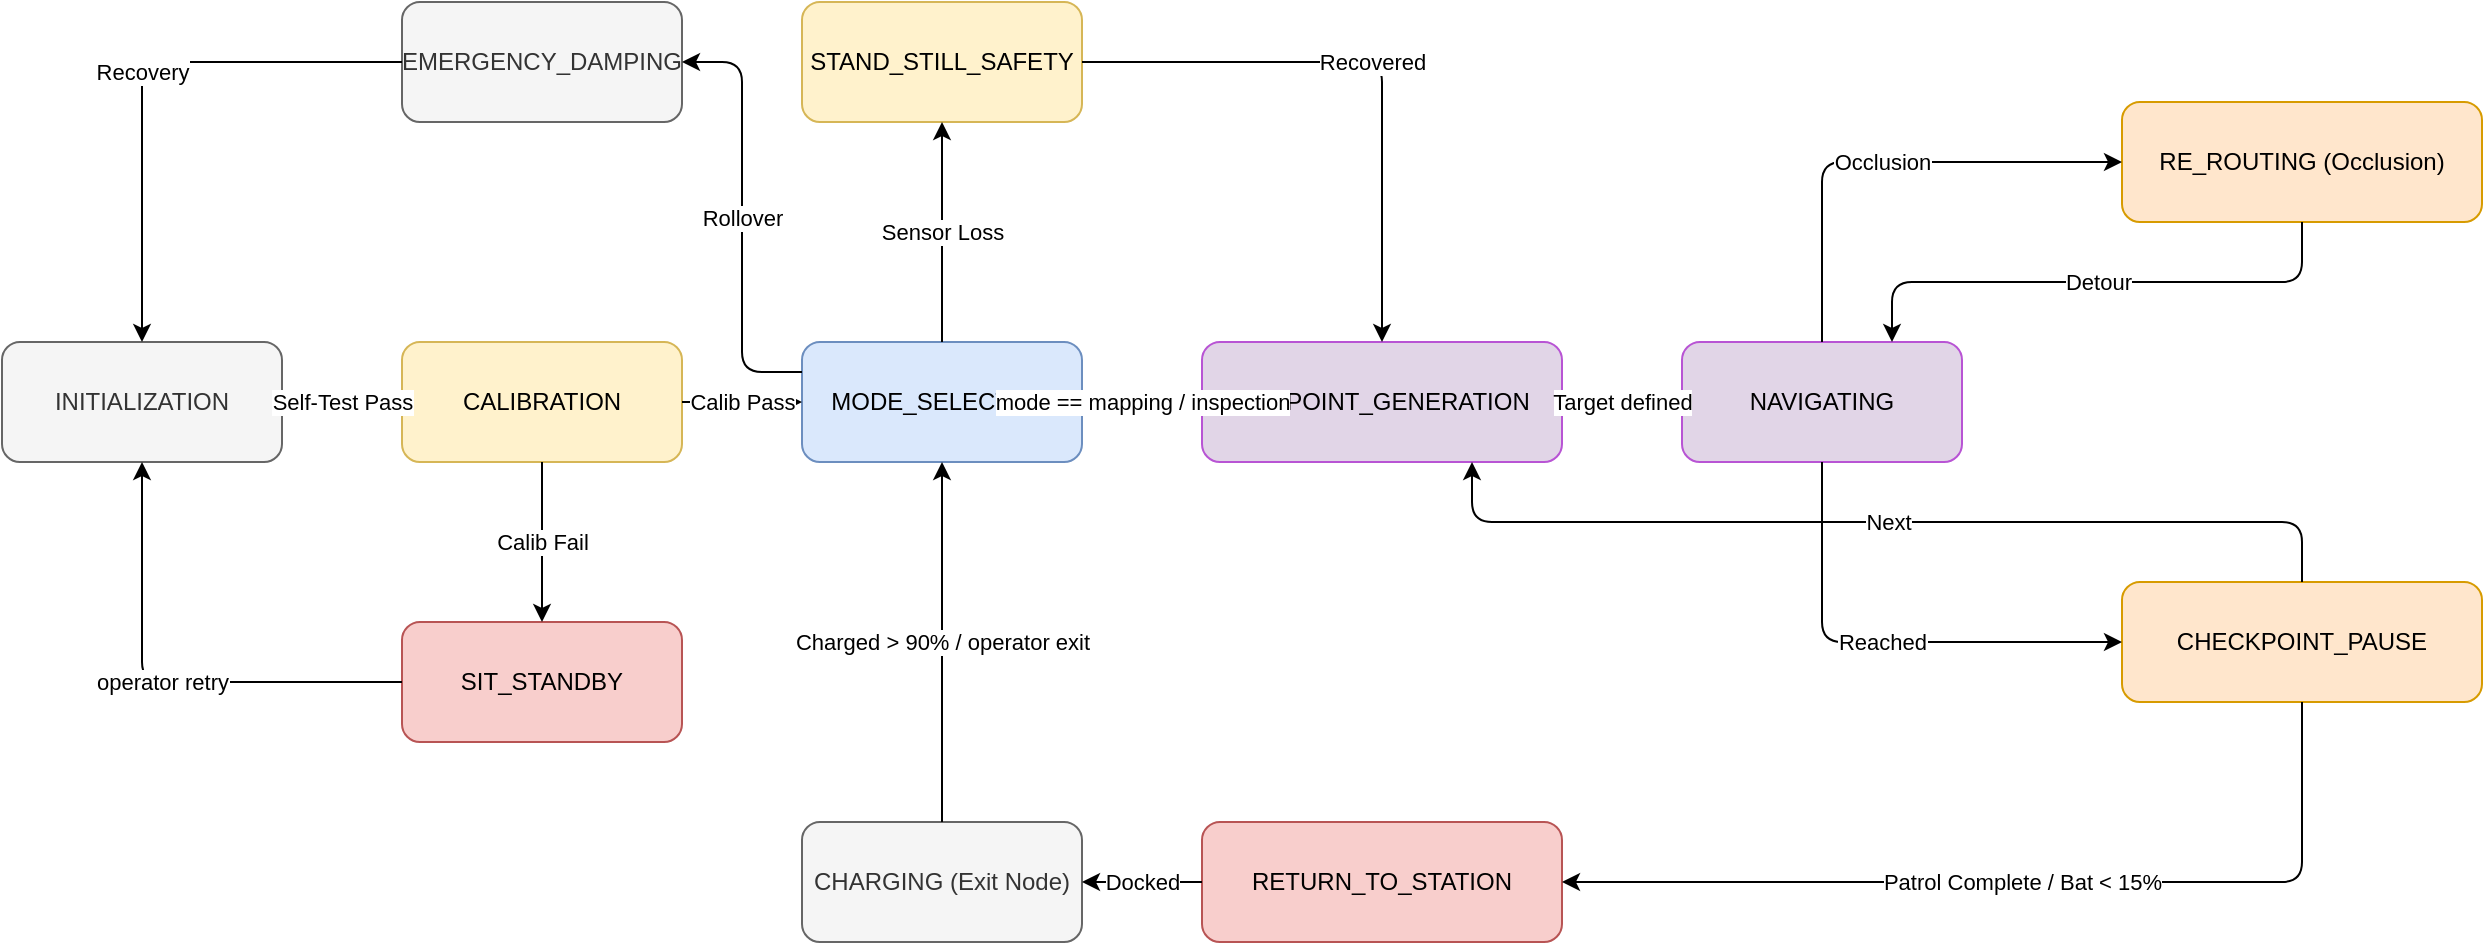
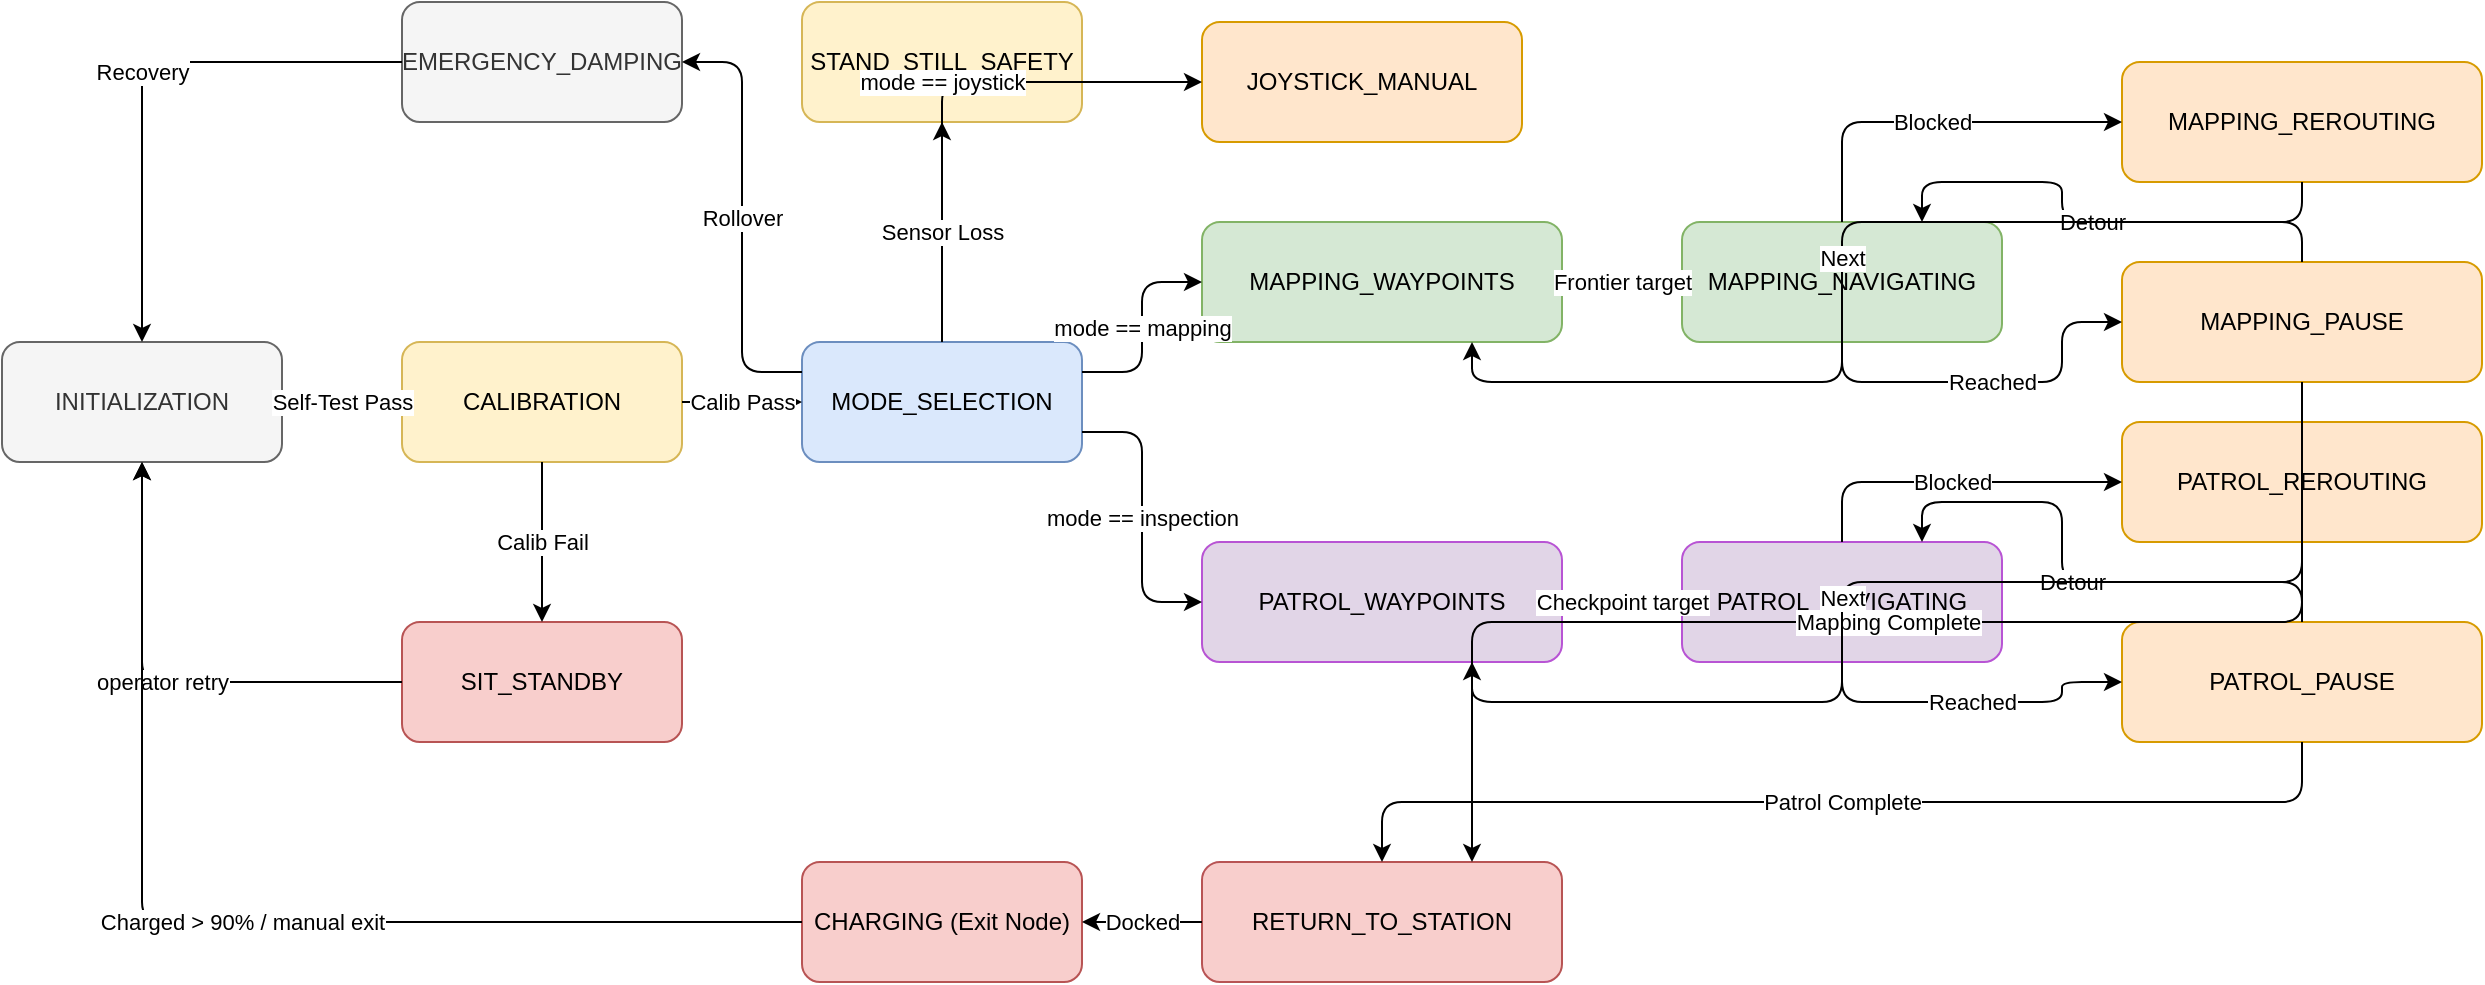
<mxfile host="65bd71144e">
    <diagram id="state-machine" name="Go2 State Machine">
        <mxGraphModel dx="1200" dy="1200" grid="1" gridSize="10" guides="1" tooltips="1" connect="1" arrows="1" fold="1" page="1" pageScale="1" pageWidth="1200" pageHeight="800" math="0" shadow="0">
            <root>
                <mxCell id="0"/>
                <mxCell id="1" parent="0"/>

                <!-- States -->
                <mxCell id="init" value="INITIALIZATION" style="rounded=1;whiteSpace=wrap;html=1;fillColor=#f5f5f5;fontColor=#333333;strokeColor=#666666;" vertex="1" parent="1">
                    <mxGeometry x="40" y="200" width="140" height="60" as="geometry"/>
                </mxCell>
                <mxCell id="calibration" value="CALIBRATION" style="rounded=1;whiteSpace=wrap;html=1;fillColor=#fff2cc;strokeColor=#d6b656;" vertex="1" parent="1">
                    <mxGeometry x="240" y="200" width="140" height="60" as="geometry"/>
                </mxCell>
                <mxCell id="sit-standby" value="SIT_STANDBY" style="rounded=1;whiteSpace=wrap;html=1;fillColor=#f8cecc;strokeColor=#b85454;" vertex="1" parent="1">
                    <mxGeometry x="240" y="340" width="140" height="60" as="geometry"/>
                </mxCell>
                <mxCell id="selection" value="MODE_SELECTION" style="rounded=1;whiteSpace=wrap;html=1;fillColor=#dae8fc;strokeColor=#6c8ebf;" vertex="1" parent="1">
                    <mxGeometry x="440" y="200" width="140" height="60" as="geometry"/>
                </mxCell>
-                 <mxCell id="waypoint-gen" value="WAYPOINT_GENERATION" style="rounded=1;whiteSpace=wrap;html=1;fillColor=#e1d5e7;strokeColor=#b854d4;" vertex="1" parent="1">
-                     <mxGeometry x="640" y="200" width="180" height="60" as="geometry"/>
+ 
+                 <!-- Joystick Branch -->
+                 <mxCell id="joystick" value="JOYSTICK_MANUAL" style="rounded=1;whiteSpace=wrap;html=1;fillColor=#ffe6cc;strokeColor=#d79b00;" vertex="1" parent="1">
+                     <mxGeometry x="640" y="40" width="160" height="60" as="geometry"/>
                </mxCell>
-                 <mxCell id="navigating" value="NAVIGATING" style="rounded=1;whiteSpace=wrap;html=1;fillColor=#e1d5e7;strokeColor=#b854d4;" vertex="1" parent="1">
-                     <mxGeometry x="880" y="200" width="140" height="60" as="geometry"/>
+ 
+                 <!-- Mapping Deployment Loop -->
+                 <mxCell id="map-waypoints" value="MAPPING_WAYPOINTS" style="rounded=1;whiteSpace=wrap;html=1;fillColor=#d5e8d4;strokeColor=#82b366;" vertex="1" parent="1">
+                     <mxGeometry x="640" y="140" width="180" height="60" as="geometry"/>
                </mxCell>
-                 <mxCell id="rerouting" value="RE_ROUTING (Occlusion)" style="rounded=1;whiteSpace=wrap;html=1;fillColor=#ffe6cc;strokeColor=#d79b00;" vertex="1" parent="1">
-                     <mxGeometry x="1100" y="80" width="180" height="60" as="geometry"/>
+                 <mxCell id="map-navigating" value="MAPPING_NAVIGATING" style="rounded=1;whiteSpace=wrap;html=1;fillColor=#d5e8d4;strokeColor=#82b366;" vertex="1" parent="1">
+                     <mxGeometry x="880" y="140" width="160" height="60" as="geometry"/>
                </mxCell>
-                 <mxCell id="pause" value="CHECKPOINT_PAUSE" style="rounded=1;whiteSpace=wrap;html=1;fillColor=#ffe6cc;strokeColor=#d79b00;" vertex="1" parent="1">
-                     <mxGeometry x="1100" y="320" width="180" height="60" as="geometry"/>
+                 <mxCell id="map-rerouting" value="MAPPING_REROUTING" style="rounded=1;whiteSpace=wrap;html=1;fillColor=#ffe6cc;strokeColor=#d79b00;" vertex="1" parent="1">
+                     <mxGeometry x="1100" y="60" width="180" height="60" as="geometry"/>
                </mxCell>
+                 <mxCell id="map-pause" value="MAPPING_PAUSE" style="rounded=1;whiteSpace=wrap;html=1;fillColor=#ffe6cc;strokeColor=#d79b00;" vertex="1" parent="1">
+                     <mxGeometry x="1100" y="160" width="180" height="60" as="geometry"/>
+                 </mxCell>
+ 
+                 <!-- Inspection Patrol Loop -->
+                 <mxCell id="patrol-waypoints" value="PATROL_WAYPOINTS" style="rounded=1;whiteSpace=wrap;html=1;fillColor=#e1d5e7;strokeColor=#b854d4;" vertex="1" parent="1">
+                     <mxGeometry x="640" y="300" width="180" height="60" as="geometry"/>
+                 </mxCell>
+                 <mxCell id="patrol-navigating" value="PATROL_NAVIGATING" style="rounded=1;whiteSpace=wrap;html=1;fillColor=#e1d5e7;strokeColor=#b854d4;" vertex="1" parent="1">
+                     <mxGeometry x="880" y="300" width="160" height="60" as="geometry"/>
+                 </mxCell>
+                 <mxCell id="patrol-rerouting" value="PATROL_REROUTING" style="rounded=1;whiteSpace=wrap;html=1;fillColor=#ffe6cc;strokeColor=#d79b00;" vertex="1" parent="1">
+                     <mxGeometry x="1100" y="240" width="180" height="60" as="geometry"/>
+                 </mxCell>
+                 <mxCell id="patrol-pause" value="PATROL_PAUSE" style="rounded=1;whiteSpace=wrap;html=1;fillColor=#ffe6cc;strokeColor=#d79b00;" vertex="1" parent="1">
+                     <mxGeometry x="1100" y="340" width="180" height="60" as="geometry"/>
+                 </mxCell>
+ 
+                 <!-- Return & Charging -->
                <mxCell id="return" value="RETURN_TO_STATION" style="rounded=1;whiteSpace=wrap;html=1;fillColor=#f8cecc;strokeColor=#b85454;" vertex="1" parent="1">
-                     <mxGeometry x="640" y="440" width="180" height="60" as="geometry"/>
+                     <mxGeometry x="640" y="460" width="180" height="60" as="geometry"/>
                </mxCell>
-                 <mxCell id="charging" value="CHARGING (Exit Node)" style="rounded=1;whiteSpace=wrap;html=1;fillColor=#f5f5f5;fontColor=#333333;strokeColor=#666666;" vertex="1" parent="1">
-                     <mxGeometry x="440" y="440" width="140" height="60" as="geometry"/>
+                 <mxCell id="charging" value="CHARGING (Exit Node)" style="rounded=1;whiteSpace=wrap;html=1;fillColor=#f8cecc;strokeColor=#b85454;" vertex="1" parent="1">
+                     <mxGeometry x="440" y="460" width="140" height="60" as="geometry"/>
                </mxCell>
+ 
+                 <!-- Safety States -->
                <mxCell id="stand-still" value="STAND_STILL_SAFETY" style="rounded=1;whiteSpace=wrap;html=1;fillColor=#fff2cc;strokeColor=#d6b656;" vertex="1" parent="1">
                    <mxGeometry x="440" y="30" width="140" height="60" as="geometry"/>
                </mxCell>
                <mxCell id="damping" value="EMERGENCY_DAMPING" style="rounded=1;whiteSpace=wrap;html=1;fillColor=#f5f5f5;fontColor=#333333;strokeColor=#666666;" vertex="1" parent="1">
                    <mxGeometry x="240" y="30" width="140" height="60" as="geometry"/>
                </mxCell>

                <!-- Edges -->
                <mxCell id="e1" value="Self-Test Pass" style="edgeStyle=orthogonalEdgeStyle;rounded=1;orthogonalLoop=1;jettySize=auto;html=1;exitX=1;exitY=0.5;exitDx=0;exitDy=0;entryX=0;entryY=0.5;entryDx=0;entryDy=0;" edge="1" parent="1" source="init" target="calibration">
                    <mxGeometry relative="1" as="geometry"/>
                </mxCell>
                <mxCell id="e2" value="Calib Pass" style="edgeStyle=orthogonalEdgeStyle;rounded=1;orthogonalLoop=1;jettySize=auto;html=1;exitX=1;exitY=0.5;exitDx=0;exitDy=0;entryX=0;entryY=0.5;entryDx=0;entryDy=0;" edge="1" parent="1" source="calibration" target="selection">
                    <mxGeometry relative="1" as="geometry"/>
                </mxCell>
                <mxCell id="e2-fail" value="Calib Fail" style="edgeStyle=orthogonalEdgeStyle;rounded=1;orthogonalLoop=1;jettySize=auto;html=1;exitX=0.5;exitY=1;exitDx=0;exitDy=0;entryX=0.5;entryY=0;entryDx=0;entryDy=0;" edge="1" parent="1" source="calibration" target="sit-standby">
                    <mxGeometry relative="1" as="geometry"/>
                </mxCell>
                <mxCell id="e2-retry" value="operator retry" style="edgeStyle=orthogonalEdgeStyle;rounded=1;orthogonalLoop=1;jettySize=auto;html=1;exitX=0;exitY=0.5;exitDx=0;exitDy=0;entryX=0.5;entryY=1;entryDx=0;entryDy=0;" edge="1" parent="1" source="sit-standby" target="init">
                    <mxGeometry relative="1" as="geometry"/>
                </mxCell>
-                 <mxCell id="e3" value="mode == mapping / inspection" style="edgeStyle=orthogonalEdgeStyle;rounded=1;orthogonalLoop=1;jettySize=auto;html=1;exitX=1;exitY=0.5;exitDx=0;exitDy=0;entryX=0;entryY=0.5;entryDx=0;entryDy=0;" edge="1" parent="1" source="selection" target="waypoint-gen">
+ 
+                 <!-- Mode Selection Routing -->
+                 <mxCell id="e3-joy" value="mode == joystick" style="edgeStyle=orthogonalEdgeStyle;rounded=1;orthogonalLoop=1;jettySize=auto;html=1;exitX=0.5;exitY=0;exitDx=0;exitDy=0;entryX=0;entryY=0.5;entryDx=0;entryDy=0;" edge="1" parent="1" source="selection" target="joystick">
                    <mxGeometry relative="1" as="geometry"/>
                </mxCell>
-                 <mxCell id="e5" value="Target defined" style="edgeStyle=orthogonalEdgeStyle;rounded=1;orthogonalLoop=1;jettySize=auto;html=1;exitX=1;exitY=0.5;exitDx=0;exitDy=0;entryX=0;entryY=0.5;entryDx=0;entryDy=0;" edge="1" parent="1" source="waypoint-gen" target="navigating">
+                 <mxCell id="e3-map" value="mode == mapping" style="edgeStyle=orthogonalEdgeStyle;rounded=1;orthogonalLoop=1;jettySize=auto;html=1;exitX=1;exitY=0.25;exitDx=0;exitDy=0;entryX=0;entryY=0.5;entryDx=0;entryDy=0;" edge="1" parent="1" source="selection" target="map-waypoints">
                    <mxGeometry relative="1" as="geometry"/>
                </mxCell>
-                 <mxCell id="e6" value="Occlusion" style="edgeStyle=orthogonalEdgeStyle;rounded=1;orthogonalLoop=1;jettySize=auto;html=1;exitX=0.5;exitY=0;exitDx=0;exitDy=0;entryX=0;entryY=0.5;entryDx=0;entryDy=0;" edge="1" parent="1" source="navigating" target="rerouting">
+                 <mxCell id="e3-patrol" value="mode == inspection" style="edgeStyle=orthogonalEdgeStyle;rounded=1;orthogonalLoop=1;jettySize=auto;html=1;exitX=1;exitY=0.75;exitDx=0;exitDy=0;entryX=0;entryY=0.5;entryDx=0;entryDy=0;" edge="1" parent="1" source="selection" target="patrol-waypoints">
                    <mxGeometry relative="1" as="geometry"/>
                </mxCell>
-                 <mxCell id="e7" value="Detour" style="edgeStyle=orthogonalEdgeStyle;rounded=1;orthogonalLoop=1;jettySize=auto;html=1;exitX=0.5;exitY=1;exitDx=0;exitDy=0;entryX=0.75;entryY=0;entryDx=0;entryDy=0;" edge="1" parent="1" source="rerouting" target="navigating">
+ 
+                 <!-- Mapping Loop edges -->
+                 <mxCell id="e-map-1" value="Frontier target" style="edgeStyle=orthogonalEdgeStyle;rounded=1;orthogonalLoop=1;jettySize=auto;html=1;exitX=1;exitY=0.5;exitDx=0;exitDy=0;entryX=0;entryY=0.5;entryDx=0;entryDy=0;" edge="1" parent="1" source="map-waypoints" target="map-navigating">
                    <mxGeometry relative="1" as="geometry"/>
                </mxCell>
-                 <mxCell id="e8" value="Reached" style="edgeStyle=orthogonalEdgeStyle;rounded=1;orthogonalLoop=1;jettySize=auto;html=1;exitX=0.5;exitY=1;exitDx=0;exitDy=0;entryX=0;entryY=0.5;entryDx=0;entryDy=0;" edge="1" parent="1" source="navigating" target="pause">
+                 <mxCell id="e-map-2" value="Blocked" style="edgeStyle=orthogonalEdgeStyle;rounded=1;orthogonalLoop=1;jettySize=auto;html=1;exitX=0.5;exitY=0;exitDx=0;exitDy=0;entryX=0;entryY=0.5;entryDx=0;entryDy=0;" edge="1" parent="1" source="map-navigating" target="map-rerouting">
                    <mxGeometry relative="1" as="geometry"/>
                </mxCell>
-                 <mxCell id="e9" value="Next" style="edgeStyle=orthogonalEdgeStyle;rounded=1;orthogonalLoop=1;jettySize=auto;html=1;exitX=0.5;exitY=0;exitDx=0;exitDy=0;entryX=0.75;entryY=1;entryDx=0;entryDy=0;" edge="1" parent="1" source="pause" target="waypoint-gen">
+                 <mxCell id="e-map-3" value="Detour" style="edgeStyle=orthogonalEdgeStyle;rounded=1;orthogonalLoop=1;jettySize=auto;html=1;exitX=0.5;exitY=1;exitDx=0;exitDy=0;entryX=0.75;entryY=0;entryDx=0;entryDy=0;" edge="1" parent="1" source="map-rerouting" target="map-navigating">
                    <mxGeometry relative="1" as="geometry"/>
                </mxCell>
-                 <mxCell id="e10" value="Patrol Complete / Bat &lt; 15%" style="edgeStyle=orthogonalEdgeStyle;rounded=1;orthogonalLoop=1;jettySize=auto;html=1;exitX=0.5;exitY=1;exitDx=0;exitDy=0;entryX=1;entryY=0.5;entryDx=0;entryDy=0;" edge="1" parent="1" source="pause" target="return">
+                 <mxCell id="e-map-4" value="Reached" style="edgeStyle=orthogonalEdgeStyle;rounded=1;orthogonalLoop=1;jettySize=auto;html=1;exitX=0.5;exitY=1;exitDx=0;exitDy=0;entryX=0;entryY=0.5;entryDx=0;entryDy=0;" edge="1" parent="1" source="map-navigating" target="map-pause">
                    <mxGeometry relative="1" as="geometry"/>
                </mxCell>
-                 <mxCell id="e11" value="Docked" style="edgeStyle=orthogonalEdgeStyle;rounded=1;orthogonalLoop=1;jettySize=auto;html=1;exitX=0;exitY=0.5;exitDx=0;exitDy=0;entryX=1;entryY=0.5;entryDx=0;entryDy=0;" edge="1" parent="1" source="return" target="charging">
+                 <mxCell id="e-map-5" value="Next" style="edgeStyle=orthogonalEdgeStyle;rounded=1;orthogonalLoop=1;jettySize=auto;html=1;exitX=0.5;exitY=0;exitDx=0;exitDy=0;entryX=0.75;entryY=1;entryDx=0;entryDy=0;" edge="1" parent="1" source="map-pause" target="map-waypoints">
                    <mxGeometry relative="1" as="geometry"/>
                </mxCell>
-                 <mxCell id="e12" value="Charged &gt; 90% / operator exit" style="edgeStyle=orthogonalEdgeStyle;rounded=1;orthogonalLoop=1;jettySize=auto;html=1;exitX=0.5;exitY=0;exitDx=0;exitDy=0;entryX=0.5;entryY=1;entryDx=0;entryDy=0;" edge="1" parent="1" source="charging" target="selection">
+                 <mxCell id="e-map-6" value="Mapping Complete" style="edgeStyle=orthogonalEdgeStyle;rounded=1;orthogonalLoop=1;jettySize=auto;html=1;exitX=0.5;exitY=1;exitDx=0;exitDy=0;entryX=0.75;entryY=0;entryDx=0;entryDy=0;" edge="1" parent="1" source="map-pause" target="return">
                    <mxGeometry relative="1" as="geometry"/>
                </mxCell>
-                 <mxCell id="e13" value="Sensor Loss" style="edgeStyle=orthogonalEdgeStyle;rounded=1;orthogonalLoop=1;jettySize=auto;html=1;exitX=0.5;exitY=0;exitDx=0;exitDy=0;entryX=0.5;entryY=1;entryDx=0;entryDy=0;" edge="1" parent="1" source="selection" target="stand-still">
+ 
+                 <!-- Patrol Loop edges -->
+                 <mxCell id="e-patrol-1" value="Checkpoint target" style="edgeStyle=orthogonalEdgeStyle;rounded=1;orthogonalLoop=1;jettySize=auto;html=1;exitX=1;exitY=0.5;exitDx=0;exitDy=0;entryX=0;entryY=0.5;entryDx=0;entryDy=0;" edge="1" parent="1" source="patrol-waypoints" target="patrol-navigating">
                    <mxGeometry relative="1" as="geometry"/>
                </mxCell>
-                 <mxCell id="e14" value="Recovered" style="edgeStyle=orthogonalEdgeStyle;rounded=1;orthogonalLoop=1;jettySize=auto;html=1;exitX=1;exitY=0.5;exitDx=0;exitDy=0;entryX=0.5;entryY=0;entryDx=0;entryDy=0;" edge="1" parent="1" source="stand-still" target="waypoint-gen">
+                 <mxCell id="e-patrol-2" value="Blocked" style="edgeStyle=orthogonalEdgeStyle;rounded=1;orthogonalLoop=1;jettySize=auto;html=1;exitX=0.5;exitY=0;exitDx=0;exitDy=0;entryX=0;entryY=0.5;entryDx=0;entryDy=0;" edge="1" parent="1" source="patrol-navigating" target="patrol-rerouting">
                    <mxGeometry relative="1" as="geometry"/>
                </mxCell>
-                 <mxCell id="e15" value="Rollover" style="edgeStyle=orthogonalEdgeStyle;rounded=1;orthogonalLoop=1;jettySize=auto;html=1;exitX=0;exitY=0.25;exitDx=0;exitDy=0;entryX=1;entryY=0.5;entryDx=0;entryDy=0;" edge="1" parent="1" source="selection" target="damping">
+                 <mxCell id="e-patrol-3" value="Detour" style="edgeStyle=orthogonalEdgeStyle;rounded=1;orthogonalLoop=1;jettySize=auto;html=1;exitX=0.5;exitY=1;exitDx=0;exitDy=0;entryX=0.75;entryY=0;entryDx=0;entryDy=0;" edge="1" parent="1" source="patrol-rerouting" target="patrol-navigating">
                    <mxGeometry relative="1" as="geometry"/>
                </mxCell>
-                 <mxCell id="e17" value="Recovery" style="edgeStyle=orthogonalEdgeStyle;rounded=1;orthogonalLoop=1;jettySize=auto;html=1;exitX=0;exitY=0.5;exitDx=0;exitDy=0;entryX=0.5;entryY=0;entryDx=0;entryDy=0;" edge="1" parent="1" source="damping" target="init">
+                 <mxCell id="e-patrol-4" value="Reached" style="edgeStyle=orthogonalEdgeStyle;rounded=1;orthogonalLoop=1;jettySize=auto;html=1;exitX=0.5;exitY=1;exitDx=0;exitDy=0;entryX=0;entryY=0.5;entryDx=0;entryDy=0;" edge="1" parent="1" source="patrol-navigating" target="patrol-pause">
+                     <mxGeometry relative="1" as="geometry"/>
+                 </mxCell>
+                 <mxCell id="e-patrol-5" value="Next" style="edgeStyle=orthogonalEdgeStyle;rounded=1;orthogonalLoop=1;jettySize=auto;html=1;exitX=0.5;exitY=0;exitDx=0;exitDy=0;entryX=0.75;entryY=1;entryDx=0;entryDy=0;" edge="1" parent="1" source="patrol-pause" target="patrol-waypoints">
+                     <mxGeometry relative="1" as="geometry"/>
+                 </mxCell>
+                 <mxCell id="e-patrol-6" value="Patrol Complete" style="edgeStyle=orthogonalEdgeStyle;rounded=1;orthogonalLoop=1;jettySize=auto;html=1;exitX=0.5;exitY=1;exitDx=0;exitDy=0;entryX=0.5;entryY=0;entryDx=0;entryDy=0;" edge="1" parent="1" source="patrol-pause" target="return">
+                     <mxGeometry relative="1" as="geometry"/>
+                 </mxCell>
+ 
+                 <!-- Return & Charging edges -->
+                 <mxCell id="e-return-dock" value="Docked" style="edgeStyle=orthogonalEdgeStyle;rounded=1;orthogonalLoop=1;jettySize=auto;html=1;exitX=0;exitY=0.5;exitDx=0;exitDy=0;entryX=1;entryY=0.5;entryDx=0;entryDy=0;" edge="1" parent="1" source="return" target="charging">
+                     <mxGeometry relative="1" as="geometry"/>
+                 </mxCell>
+                 <mxCell id="e-charging-exit" value="Charged &gt; 90% / manual exit" style="edgeStyle=orthogonalEdgeStyle;rounded=1;orthogonalLoop=1;jettySize=auto;html=1;exitX=0;exitY=0.5;exitDx=0;exitDy=0;entryX=0.5;entryY=1;entryDx=0;entryDy=0;" edge="1" parent="1" source="charging" target="init">
+                     <mxGeometry relative="1" as="geometry"/>
+                 </mxCell>
+ 
+                 <!-- General Safety edges -->
+                 <mxCell id="e-safety-1" value="Sensor Loss" style="edgeStyle=orthogonalEdgeStyle;rounded=1;orthogonalLoop=1;jettySize=auto;html=1;exitX=0.5;exitY=0;exitDx=0;exitDy=0;entryX=0.5;entryY=1;entryDx=0;entryDy=0;" edge="1" parent="1" source="selection" target="stand-still">
+                     <mxGeometry relative="1" as="geometry"/>
+                 </mxCell>
+                 <mxCell id="e-safety-2" value="Recovered" style="edgeStyle=orthogonalEdgeStyle;rounded=1;orthogonalLoop=1;jettySize=auto;html=1;exitX=1;exitY=0.5;exitDx=0;exitDy=0;entryX=0.5;entryY=0;entryDx=0;entryDy=0;" edge="1" parent="1" source="stand-still" target="waypoint-gen">
+                     <mxGeometry relative="1" as="geometry"/>
+                 </mxCell>
+                 <mxCell id="e-damping-1" value="Rollover" style="edgeStyle=orthogonalEdgeStyle;rounded=1;orthogonalLoop=1;jettySize=auto;html=1;exitX=0;exitY=0.25;exitDx=0;exitDy=0;entryX=1;entryY=0.5;entryDx=0;entryDy=0;" edge="1" parent="1" source="selection" target="damping">
+                     <mxGeometry relative="1" as="geometry"/>
+                 </mxCell>
+                 <mxCell id="e-damping-2" value="Recovery" style="edgeStyle=orthogonalEdgeStyle;rounded=1;orthogonalLoop=1;jettySize=auto;html=1;exitX=0;exitY=0.5;exitDx=0;exitDy=0;entryX=0.5;entryY=0;entryDx=0;entryDy=0;" edge="1" parent="1" source="damping" target="init">
                    <mxGeometry relative="1" as="geometry"/>
                </mxCell>
            </root>
        </mxGraphModel>
    </diagram>
</mxfile>